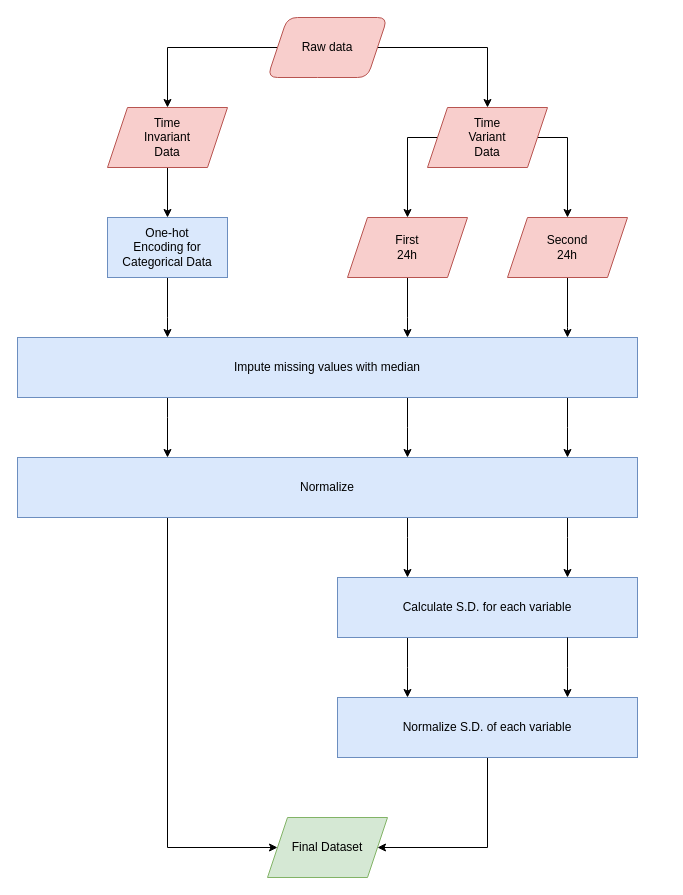
Above: HW3/Diagrams/preprocess.drawio in yDing121/CS334 (draw.io), before the change. Source tidied: cells renumbered, new cells numbered last; positions are measured from the earlier drawing's top-left corner, leaving out a move shared by most shapes. Both pictures are drawn from the tidied source at 100%, with x=0, y=0 at pixel (17, 17).
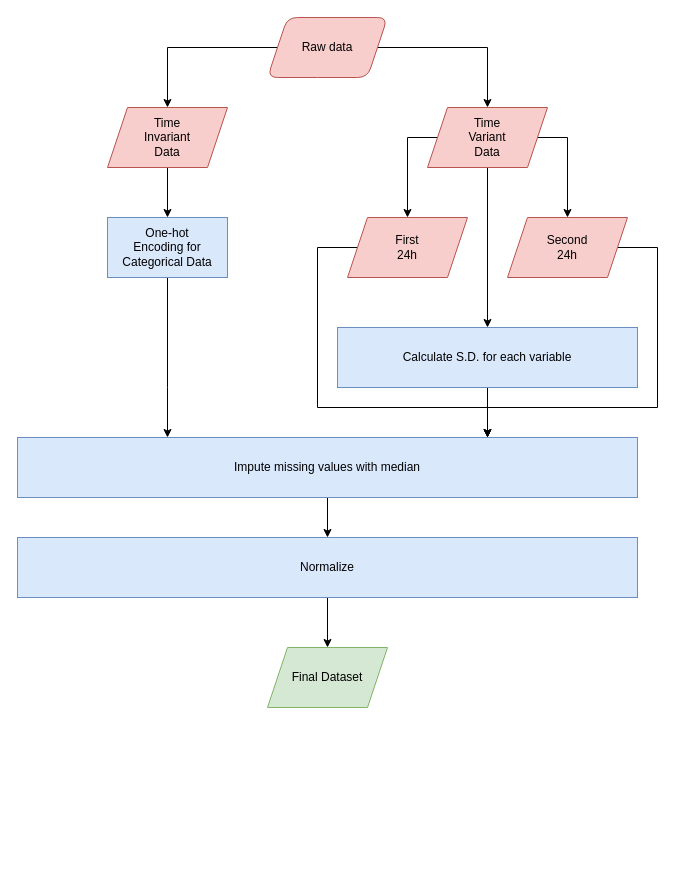
The same diagram, later.

Unchanged cells that the change refers to:
```xml
<mxCell id="9" value="Time&lt;div&gt;Variant&lt;/div&gt;&lt;div&gt;Data&lt;/div&gt;" style="shape=parallelogram;perimeter=parallelogramPerimeter;whiteSpace=wrap;html=1;fixedSize=1;fillColor=#f8cecc;strokeColor=#b85450;" parent="1" vertex="1">
  <mxGeometry x="410" y="90" width="120" height="60" as="geometry" />
</mxCell>
<mxCell id="11" value="First&lt;div&gt;24h&lt;/div&gt;" style="shape=parallelogram;perimeter=parallelogramPerimeter;whiteSpace=wrap;html=1;fixedSize=1;fillColor=#f8cecc;strokeColor=#b85450;" parent="1" vertex="1">
  <mxGeometry x="330" y="200" width="120" height="60" as="geometry" />
</mxCell>
<mxCell id="13" value="Second&lt;div&gt;24h&lt;/div&gt;" style="shape=parallelogram;perimeter=parallelogramPerimeter;whiteSpace=wrap;html=1;fixedSize=1;fillColor=#f8cecc;strokeColor=#b85450;" parent="1" vertex="1">
  <mxGeometry x="490" y="200" width="120" height="60" as="geometry" />
</mxCell>
<mxCell id="23" value="One-hot&lt;div&gt;Encoding for&lt;/div&gt;&lt;div&gt;Categorical Data&lt;/div&gt;" style="rounded=0;whiteSpace=wrap;html=1;fillColor=#dae8fc;strokeColor=#6c8ebf;" parent="1" vertex="1">
  <mxGeometry x="90" y="200" width="120" height="60" as="geometry" />
</mxCell>
```

The edit, as a diff of the source:
```diff
@@
+    <mxCell id="30" style="edgeStyle=orthogonalEdgeStyle;rounded=0;jettySize=auto;html=1;" parent="1" edge="1" source="9" target="25">
+      <mxGeometry relative="1" as="geometry" />
+    </mxCell>
@@
     <mxCell id="10" style="edgeStyle=orthogonalEdgeStyle;rounded=0;jettySize=auto;html=1;" parent="1" edge="1" source="11" target="17">
       <mxGeometry relative="1" as="geometry">
         <Array as="points">
-          <mxPoint x="390" y="300" />
-          <mxPoint x="390" y="300" />
+          <mxPoint x="300" y="230" />
+          <mxPoint x="300" y="390" />
+          <mxPoint x="470" y="390" />
         </Array>
       </mxGeometry>
     </mxCell>
@@
     <mxCell id="12" style="edgeStyle=orthogonalEdgeStyle;rounded=0;jettySize=auto;html=1;" parent="1" edge="1" source="13" target="17">
       <mxGeometry relative="1" as="geometry">
         <Array as="points">
-          <mxPoint x="550" y="310" />
-          <mxPoint x="550" y="310" />
+          <mxPoint x="640" y="230" />
+          <mxPoint x="640" y="390" />
+          <mxPoint x="470" y="390" />
         </Array>
       </mxGeometry>
     </mxCell>
@@
-    <mxCell id="14" style="edgeStyle=orthogonalEdgeStyle;rounded=0;jettySize=auto;html=1;" parent="1" edge="1" source="17" target="21">
-      <mxGeometry relative="1" as="geometry">
-        <Array as="points">
-          <mxPoint x="150" y="400" />
-          <mxPoint x="150" y="400" />
-        </Array>
-      </mxGeometry>
-    </mxCell>
-    <mxCell id="15" style="edgeStyle=orthogonalEdgeStyle;rounded=0;jettySize=auto;html=1;" parent="1" edge="1" source="17" target="21">
-      <mxGeometry relative="1" as="geometry">
-        <Array as="points">
-          <mxPoint x="550" y="410" />
-          <mxPoint x="550" y="410" />
-        </Array>
-      </mxGeometry>
-    </mxCell>
-    <mxCell id="16" style="edgeStyle=orthogonalEdgeStyle;rounded=0;jettySize=auto;html=1;" parent="1" edge="1" source="17" target="21">
-      <mxGeometry relative="1" as="geometry">
-        <Array as="points">
-          <mxPoint x="390" y="410" />
-          <mxPoint x="390" y="410" />
-        </Array>
-      </mxGeometry>
-    </mxCell>
+    <mxCell id="31" style="edgeStyle=orthogonalEdgeStyle;rounded=0;jettySize=auto;html=1;" parent="1" edge="1" source="17" target="21">
+      <mxGeometry relative="1" as="geometry" />
+    </mxCell>
     <mxCell id="17" value="Impute missing values with median" style="rounded=0;whiteSpace=wrap;html=1;fillColor=#dae8fc;strokeColor=#6c8ebf;" parent="1" vertex="1">
-      <mxGeometry y="320" width="620" height="60" as="geometry" />
+      <mxGeometry y="420" width="620" height="60" as="geometry" />
     </mxCell>
-    <mxCell id="18" style="edgeStyle=orthogonalEdgeStyle;rounded=0;jettySize=auto;html=1;" parent="1" edge="1" source="21" target="25">
-      <mxGeometry relative="1" as="geometry">
-        <Array as="points">
-          <mxPoint x="390" y="520" />
-          <mxPoint x="390" y="520" />
-        </Array>
-      </mxGeometry>
-    </mxCell>
-    <mxCell id="19" style="edgeStyle=orthogonalEdgeStyle;rounded=0;jettySize=auto;html=1;" parent="1" edge="1" source="21" target="25">
-      <mxGeometry relative="1" as="geometry">
-        <Array as="points">
-          <mxPoint x="550" y="520" />
-          <mxPoint x="550" y="520" />
-        </Array>
-      </mxGeometry>
-    </mxCell>
     <mxCell id="20" style="edgeStyle=orthogonalEdgeStyle;rounded=0;jettySize=auto;html=1;" parent="1" edge="1" source="21" target="29">
-      <mxGeometry relative="1" as="geometry">
-        <Array as="points">
-          <mxPoint x="150" y="830" />
-        </Array>
-      </mxGeometry>
+      <mxGeometry relative="1" as="geometry" />
     </mxCell>
     <mxCell id="21" value="Normalize" style="rounded=0;whiteSpace=wrap;html=1;fillColor=#dae8fc;strokeColor=#6c8ebf;" parent="1" vertex="1">
-      <mxGeometry y="440" width="620" height="60" as="geometry" />
+      <mxGeometry y="520" width="620" height="60" as="geometry" />
     </mxCell>
     <mxCell id="22" style="edgeStyle=orthogonalEdgeStyle;rounded=0;jettySize=auto;html=1;" parent="1" edge="1" source="23" target="17">
       <mxGeometry relative="1" as="geometry">
         <Array as="points">
-          <mxPoint x="150" y="300" />
-          <mxPoint x="150" y="300" />
+          <mxPoint x="150" y="370" />
+          <mxPoint x="150" y="370" />
         </Array>
       </mxGeometry>
     </mxCell>
@@
-    <mxCell id="24" style="edgeStyle=orthogonalEdgeStyle;rounded=0;jettySize=auto;html=1;" parent="1" edge="1" source="25" target="27">
-      <mxGeometry relative="1" as="geometry">
-        <Array as="points">
-          <mxPoint x="390" y="650" />
-          <mxPoint x="390" y="650" />
-        </Array>
-      </mxGeometry>
-    </mxCell>
+    <mxCell id="32" style="edgeStyle=orthogonalEdgeStyle;rounded=0;jettySize=auto;html=1;" parent="1" edge="1" source="25" target="17">
+      <mxGeometry relative="1" as="geometry">
+        <Array as="points">
+          <mxPoint x="470" y="420" />
+          <mxPoint x="470" y="420" />
+        </Array>
+      </mxGeometry>
+    </mxCell>
     <mxCell id="25" value="Calculate S.D. for each variable" style="rounded=0;whiteSpace=wrap;html=1;fillColor=#dae8fc;strokeColor=#6c8ebf;" parent="1" vertex="1">
-      <mxGeometry x="320" y="560" width="300" height="60" as="geometry" />
+      <mxGeometry x="320" y="310" width="300" height="60" as="geometry" />
     </mxCell>
-    <mxCell id="26" style="edgeStyle=orthogonalEdgeStyle;rounded=0;jettySize=auto;html=1;" parent="1" edge="1" source="27" target="29">
-      <mxGeometry relative="1" as="geometry">
-        <Array as="points">
-          <mxPoint x="470" y="830" />
-        </Array>
-      </mxGeometry>
-    </mxCell>
-    <mxCell id="27" value="Normalize S.D. of each variable" style="rounded=0;whiteSpace=wrap;html=1;fillColor=#dae8fc;strokeColor=#6c8ebf;" parent="1" vertex="1">
-      <mxGeometry x="320" y="680" width="300" height="60" as="geometry" />
-    </mxCell>
-    <mxCell id="28" style="edgeStyle=orthogonalEdgeStyle;rounded=0;jettySize=auto;html=1;" parent="1" edge="1" source="25" target="27">
-      <mxGeometry relative="1" as="geometry">
-        <Array as="points">
-          <mxPoint x="550" y="650" />
-          <mxPoint x="550" y="650" />
-        </Array>
-      </mxGeometry>
-    </mxCell>
     <mxCell id="29" value="Final Dataset" style="shape=parallelogram;perimeter=parallelogramPerimeter;whiteSpace=wrap;html=1;fixedSize=1;fillColor=#d5e8d4;strokeColor=#82b366;" parent="1" vertex="1">
-      <mxGeometry x="250" y="800" width="120" height="60" as="geometry" />
+      <mxGeometry x="250" y="630" width="120" height="60" as="geometry" />
     </mxCell>
```
